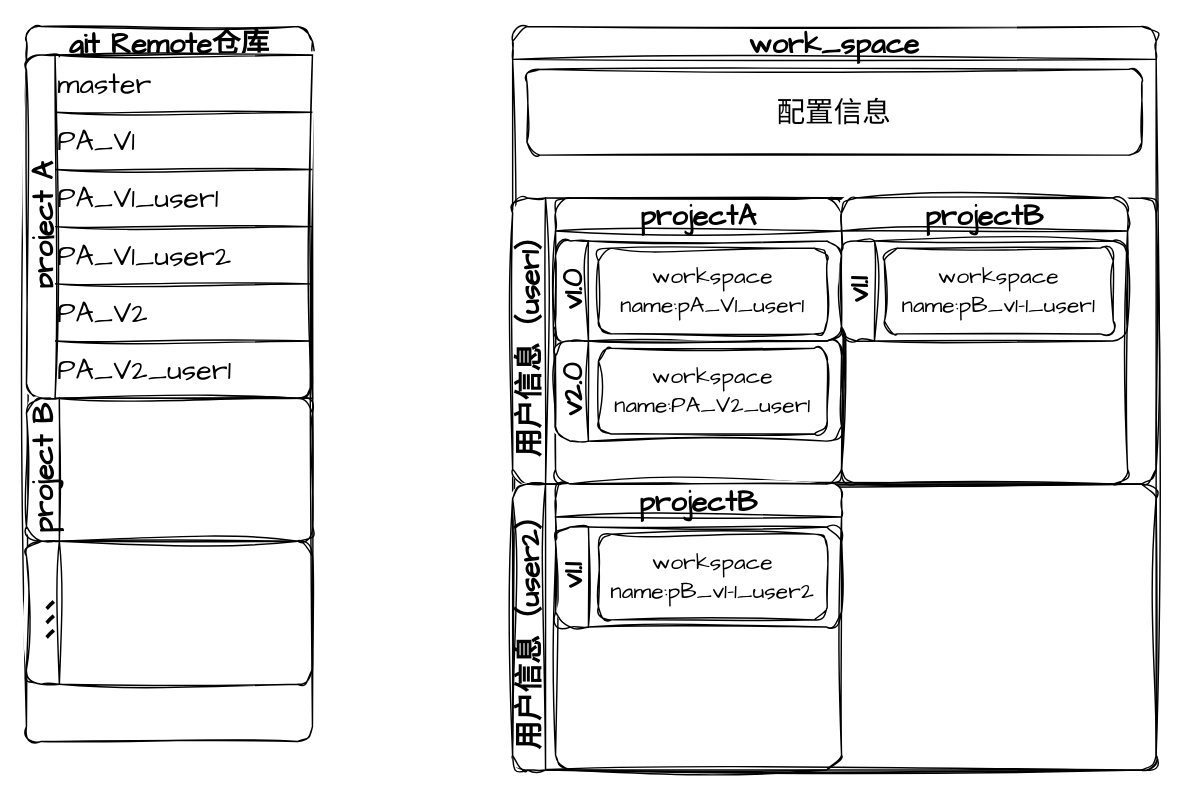
This is 设计期集成.drawio from lornezhang66/draw.io, a draw.io file, before an edit. Source tidied: cells renumbered, new cells numbered last; positions are measured from the earlier drawing's top-left corner, leaving out a move shared by most shapes. Both pictures are drawn from the tidied source at 143%, with x=0, y=0 at pixel (26, 26).
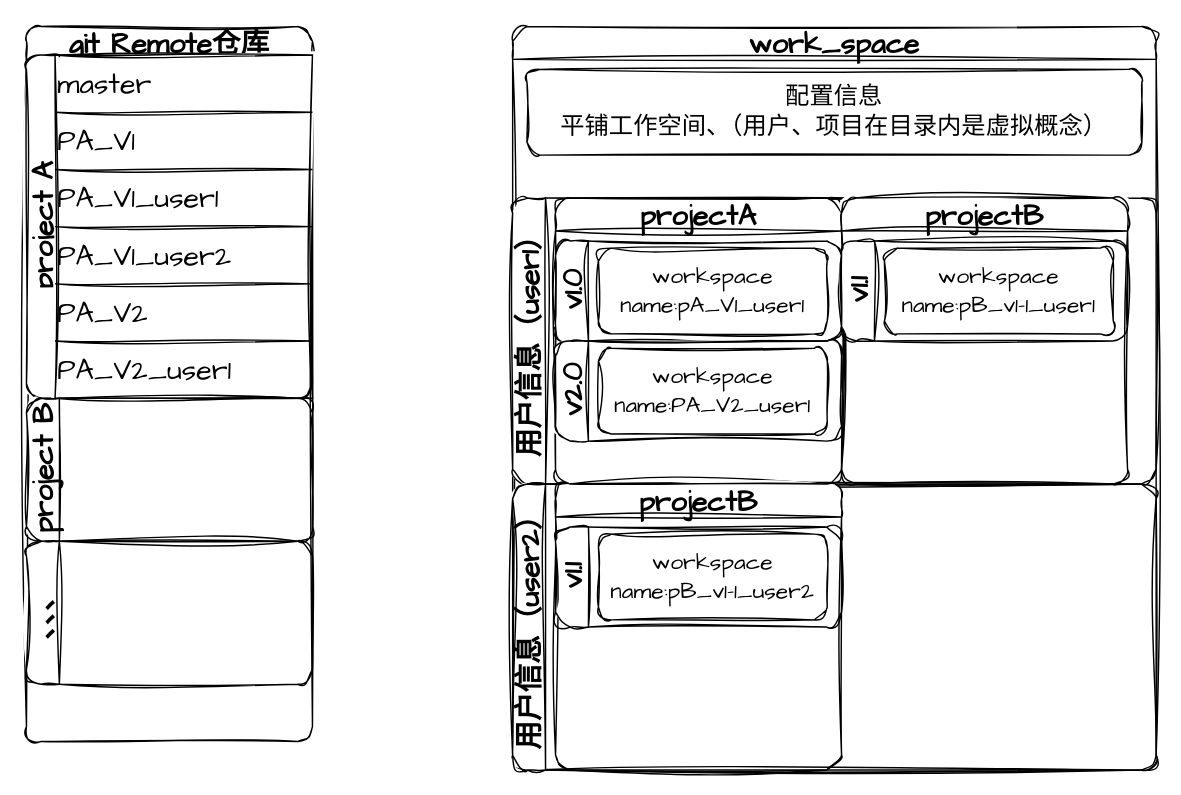
The same page after the edit.

Commit message (it also covers changes not shown here):
更新设计期集成.drawio

The change refers to these unchanged cells:
```xml
<mxCell id="2" value="work_space" style="swimlane;whiteSpace=wrap;html=1;rounded=1;sketch=1;hachureGap=4;jiggle=2;fontFamily=Architects Daughter;fontSize=20;" parent="1" vertex="1">
  <mxGeometry x="340" width="450" height="520" as="geometry" />
</mxCell>
```

The edit, as a diff of the source:
```diff
@@
-    <mxCell id="16" value="配置信息" style="rounded=1;whiteSpace=wrap;html=1;sketch=1;hachureGap=4;jiggle=2;fontFamily=Architects Daughter;fontSize=20;" parent="2" vertex="1">
+    <mxCell id="16" value="配置信息&lt;br style=&quot;font-size: 17px;&quot;&gt;平铺工作空间、（用户、项目在目录内是虚拟概念）" style="rounded=1;whiteSpace=wrap;html=1;sketch=1;hachureGap=4;jiggle=2;fontFamily=Architects Daughter;fontSize=17;" parent="2" vertex="1">
       <mxGeometry x="10" y="30" width="430" height="60" as="geometry" />
     </mxCell>
```
